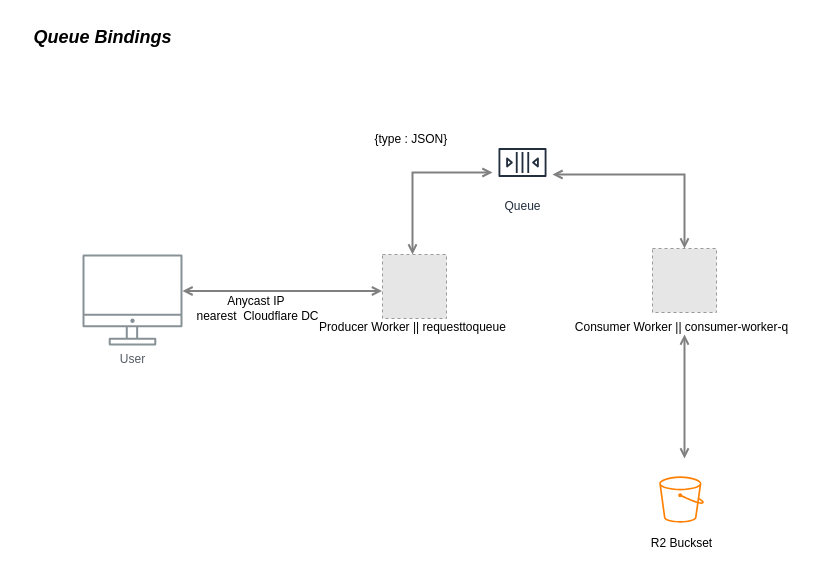
Above: Queue Diagram.drawio in iamask/flowchart (draw.io), before the change. Source tidied: cells renumbered, new cells numbered last; positions are measured from the earlier drawing's top-left corner, leaving out a move shared by most shapes. Both pictures are drawn from the tidied source at 100%, with x=0, y=0 at pixel (22, 17). Pictures stored in the file or linked from it are replaced by grey dashed boxes.
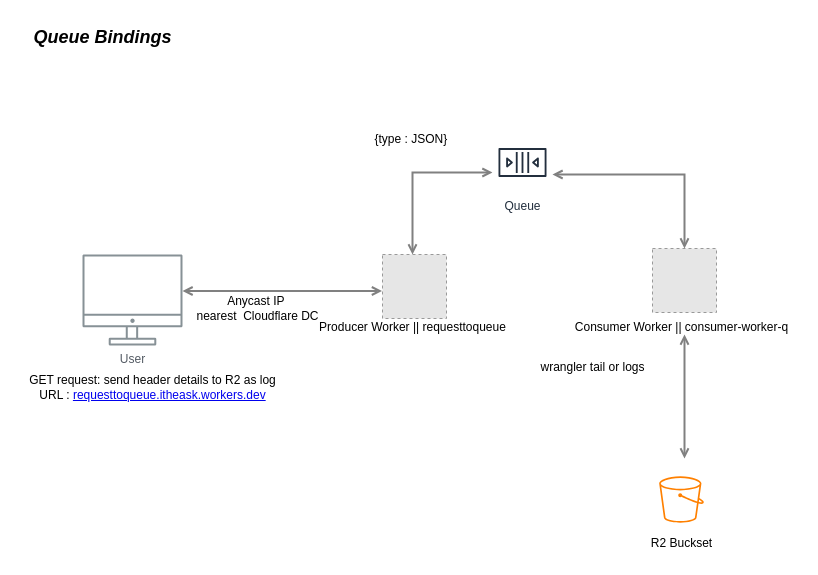
Above is the later version.

The edit, as a diff of the source:
```diff
@@
+    <mxCell id="17" value="GET request: send header details to R2 as log&lt;br&gt;URL :&amp;nbsp;&lt;a href=&quot;https://requesttoqueue.itheask.workers.dev/&quot;&gt;requesttoqueue.itheask.workers.dev&lt;/a&gt;" style="text;html=1;align=center;verticalAlign=middle;strokeColor=none;fillColor=none;" parent="1" vertex="1">
+      <mxGeometry x="-5" y="350" width="270" height="40" as="geometry" />
+    </mxCell>
+    <mxCell id="18" value="wrangler tail or logs" style="text;html=1;align=center;verticalAlign=middle;strokeColor=none;fillColor=none;" parent="1" vertex="1">
+      <mxGeometry x="505" y="335" width="130" height="30" as="geometry" />
+    </mxCell>
```
